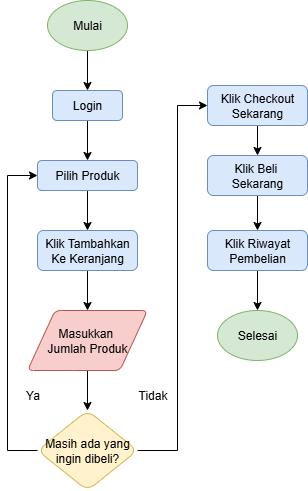
The draw.io diagram image/customer.drawio.png in inraw/InventoriToko-Kotlin-UMB, before a commit. Source tidied: cells renumbered, new cells last; positions are measured from the earlier drawing's top-left corner, leaving out a move shared by most shapes.
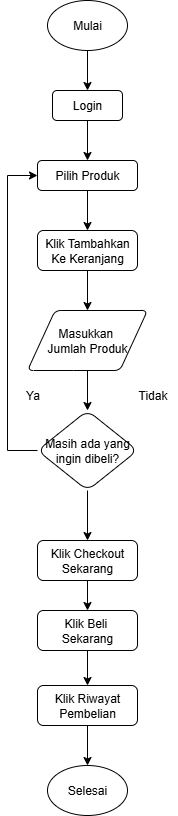
The same diagram one commit later.

What changed in the source:
```diff
@@ -5,78 +5,73 @@
     <mxCell id="2" style="edgeStyle=orthogonalEdgeStyle;rounded=0;jettySize=auto;html=1;" parent="1" edge="1" source="3" target="5">
       <mxGeometry relative="1" as="geometry" />
     </mxCell>
-    <mxCell id="3" value="Mulai" style="ellipse;whiteSpace=wrap;html=1;fillColor=#d5e8d4;strokeColor=#82b366;" parent="1" vertex="1">
+    <mxCell id="3" value="Mulai" style="ellipse;whiteSpace=wrap;html=1;" parent="1" vertex="1">
       <mxGeometry x="40" width="80" height="50" as="geometry" />
     </mxCell>
     <mxCell id="4" style="edgeStyle=orthogonalEdgeStyle;rounded=0;jettySize=auto;html=1;" parent="1" edge="1" source="5" target="7">
       <mxGeometry relative="1" as="geometry" />
     </mxCell>
-    <mxCell id="5" value="Login" style="rounded=1;whiteSpace=wrap;html=1;fillColor=#dae8fc;strokeColor=#6c8ebf;" parent="1" vertex="1">
+    <mxCell id="5" value="Login" style="rounded=1;whiteSpace=wrap;html=1;" parent="1" vertex="1">
       <mxGeometry x="45" y="90" width="70" height="30" as="geometry" />
     </mxCell>
     <mxCell id="6" style="edgeStyle=orthogonalEdgeStyle;rounded=0;jettySize=auto;html=1;" parent="1" edge="1" source="7" target="9">
       <mxGeometry relative="1" as="geometry" />
     </mxCell>
-    <mxCell id="7" value="Pilih Produk" style="rounded=1;whiteSpace=wrap;html=1;fillColor=#dae8fc;strokeColor=#6c8ebf;" parent="1" vertex="1">
+    <mxCell id="7" value="Pilih Produk" style="rounded=1;whiteSpace=wrap;html=1;" parent="1" vertex="1">
       <mxGeometry x="30" y="160" width="100" height="30" as="geometry" />
     </mxCell>
     <mxCell id="8" style="edgeStyle=orthogonalEdgeStyle;rounded=0;jettySize=auto;html=1;" parent="1" edge="1" source="9" target="16">
       <mxGeometry relative="1" as="geometry" />
     </mxCell>
-    <mxCell id="9" value="Klik Tambahkan Ke Keranjang" style="rounded=1;whiteSpace=wrap;html=1;fillColor=#dae8fc;strokeColor=#6c8ebf;" parent="1" vertex="1">
+    <mxCell id="9" value="Klik Tambahkan Ke Keranjang" style="rounded=1;whiteSpace=wrap;html=1;" parent="1" vertex="1">
       <mxGeometry x="30" y="230" width="100" height="40" as="geometry" />
     </mxCell>
+    <mxCell id="11" style="edgeStyle=orthogonalEdgeStyle;rounded=0;jettySize=auto;html=1;" parent="1" edge="1" source="12" target="7">
+      <mxGeometry relative="1" as="geometry">
+        <Array as="points">
+          <mxPoint y="450" />
+          <mxPoint y="175" />
+        </Array>
+      </mxGeometry>
+    </mxCell>
     <mxCell id="10" style="edgeStyle=orthogonalEdgeStyle;rounded=0;jettySize=auto;html=1;" parent="1" edge="1" source="12" target="14">
-      <mxGeometry relative="1" as="geometry">
-        <Array as="points">
-          <mxPoint x="170" y="450" />
-          <mxPoint x="170" y="105" />
-        </Array>
-      </mxGeometry>
+      <mxGeometry relative="1" as="geometry" />
     </mxCell>
-    <mxCell id="11" style="edgeStyle=orthogonalEdgeStyle;rounded=0;jettySize=auto;html=1;" parent="1" edge="1" source="12" target="7">
-      <mxGeometry relative="1" as="geometry">
-        <Array as="points">
-          <mxPoint y="450" />
-          <mxPoint y="175" />
-        </Array>
-      </mxGeometry>
-    </mxCell>
-    <mxCell id="12" value="Masih ada yang ingin dibeli?" style="rhombus;whiteSpace=wrap;html=1;rounded=1;fillColor=#fff2cc;strokeColor=#d6b656;" parent="1" vertex="1">
+    <mxCell id="12" value="Masih ada yang ingin dibeli?" style="rhombus;whiteSpace=wrap;html=1;rounded=1;" parent="1" vertex="1">
       <mxGeometry x="30" y="410" width="100" height="80" as="geometry" />
     </mxCell>
     <mxCell id="13" style="edgeStyle=orthogonalEdgeStyle;rounded=0;jettySize=auto;html=1;" parent="1" edge="1" source="14" target="18">
       <mxGeometry relative="1" as="geometry" />
     </mxCell>
-    <mxCell id="14" value="Klik Checkout Sekarang" style="whiteSpace=wrap;html=1;rounded=1;fillColor=#dae8fc;strokeColor=#6c8ebf;" parent="1" vertex="1">
-      <mxGeometry x="200" y="85" width="100" height="40" as="geometry" />
+    <mxCell id="14" value="Klik Checkout Sekarang" style="whiteSpace=wrap;html=1;rounded=1;" parent="1" vertex="1">
+      <mxGeometry x="30" y="540" width="100" height="40" as="geometry" />
     </mxCell>
     <mxCell id="15" style="edgeStyle=orthogonalEdgeStyle;rounded=0;jettySize=auto;html=1;" parent="1" edge="1" source="16" target="12">
       <mxGeometry relative="1" as="geometry" />
     </mxCell>
-    <mxCell id="16" value="Masukkan&amp;nbsp;&lt;div&gt;Jumlah Produk&lt;/div&gt;" style="shape=parallelogram;html=1;strokeWidth=1;perimeter=parallelogramPerimeter;whiteSpace=wrap;rounded=1;arcSize=12;size=0.23;fillColor=#f8cecc;strokeColor=#b85450;" parent="1" vertex="1">
+    <mxCell id="16" value="Masukkan&amp;nbsp;&lt;div&gt;Jumlah Produk&lt;/div&gt;" style="shape=parallelogram;html=1;strokeWidth=1;perimeter=parallelogramPerimeter;whiteSpace=wrap;rounded=1;arcSize=12;size=0.23;" parent="1" vertex="1">
       <mxGeometry x="20" y="310" width="120" height="60" as="geometry" />
     </mxCell>
     <mxCell id="17" style="edgeStyle=orthogonalEdgeStyle;rounded=0;jettySize=auto;html=1;" parent="1" edge="1" source="18" target="23">
       <mxGeometry relative="1" as="geometry" />
     </mxCell>
-    <mxCell id="18" value="Klik Beli&amp;nbsp;&lt;div&gt;Sekarang&lt;/div&gt;" style="whiteSpace=wrap;html=1;rounded=1;fillColor=#dae8fc;strokeColor=#6c8ebf;" parent="1" vertex="1">
-      <mxGeometry x="200" y="155" width="100" height="40" as="geometry" />
+    <mxCell id="18" value="Klik Beli&amp;nbsp;&lt;div&gt;Sekarang&lt;/div&gt;" style="whiteSpace=wrap;html=1;rounded=1;" parent="1" vertex="1">
+      <mxGeometry x="30" y="610" width="100" height="40" as="geometry" />
     </mxCell>
-    <mxCell id="19" value="Selesai" style="ellipse;whiteSpace=wrap;html=1;fillColor=#d5e8d4;strokeColor=#82b366;" parent="1" vertex="1">
-      <mxGeometry x="210" y="310" width="80" height="50" as="geometry" />
+    <mxCell id="19" value="Selesai" style="ellipse;whiteSpace=wrap;html=1;" parent="1" vertex="1">
+      <mxGeometry x="40" y="765" width="80" height="50" as="geometry" />
     </mxCell>
-    <mxCell id="20" value="Tidak" style="text;html=1;align=center;verticalAlign=middle;strokeColor=none;fillColor=none;" parent="1" vertex="1">
+    <mxCell id="20" value="Tidak" style="text;html=1;align=center;verticalAlign=middle;" parent="1" vertex="1">
       <mxGeometry x="120" y="380" width="50" height="30" as="geometry" />
     </mxCell>
-    <mxCell id="21" value="Ya" style="text;html=1;align=center;verticalAlign=middle;strokeColor=none;fillColor=none;" parent="1" vertex="1">
+    <mxCell id="21" value="Ya" style="text;html=1;align=center;verticalAlign=middle;" parent="1" vertex="1">
       <mxGeometry x="5" y="380" width="40" height="30" as="geometry" />
     </mxCell>
     <mxCell id="22" style="edgeStyle=orthogonalEdgeStyle;rounded=0;jettySize=auto;html=1;" parent="1" edge="1" source="23" target="19">
       <mxGeometry relative="1" as="geometry" />
     </mxCell>
-    <mxCell id="23" value="Klik Riwayat&lt;br&gt;&lt;div&gt;Pembelian&lt;/div&gt;" style="whiteSpace=wrap;html=1;rounded=1;fillColor=#dae8fc;strokeColor=#6c8ebf;" parent="1" vertex="1">
-      <mxGeometry x="200" y="230" width="100" height="40" as="geometry" />
+    <mxCell id="23" value="Klik Riwayat&lt;br&gt;&lt;div&gt;Pembelian&lt;/div&gt;" style="whiteSpace=wrap;html=1;rounded=1;" parent="1" vertex="1">
+      <mxGeometry x="30" y="685" width="100" height="40" as="geometry" />
     </mxCell>
   </root>
 </mxGraphModel>
```
